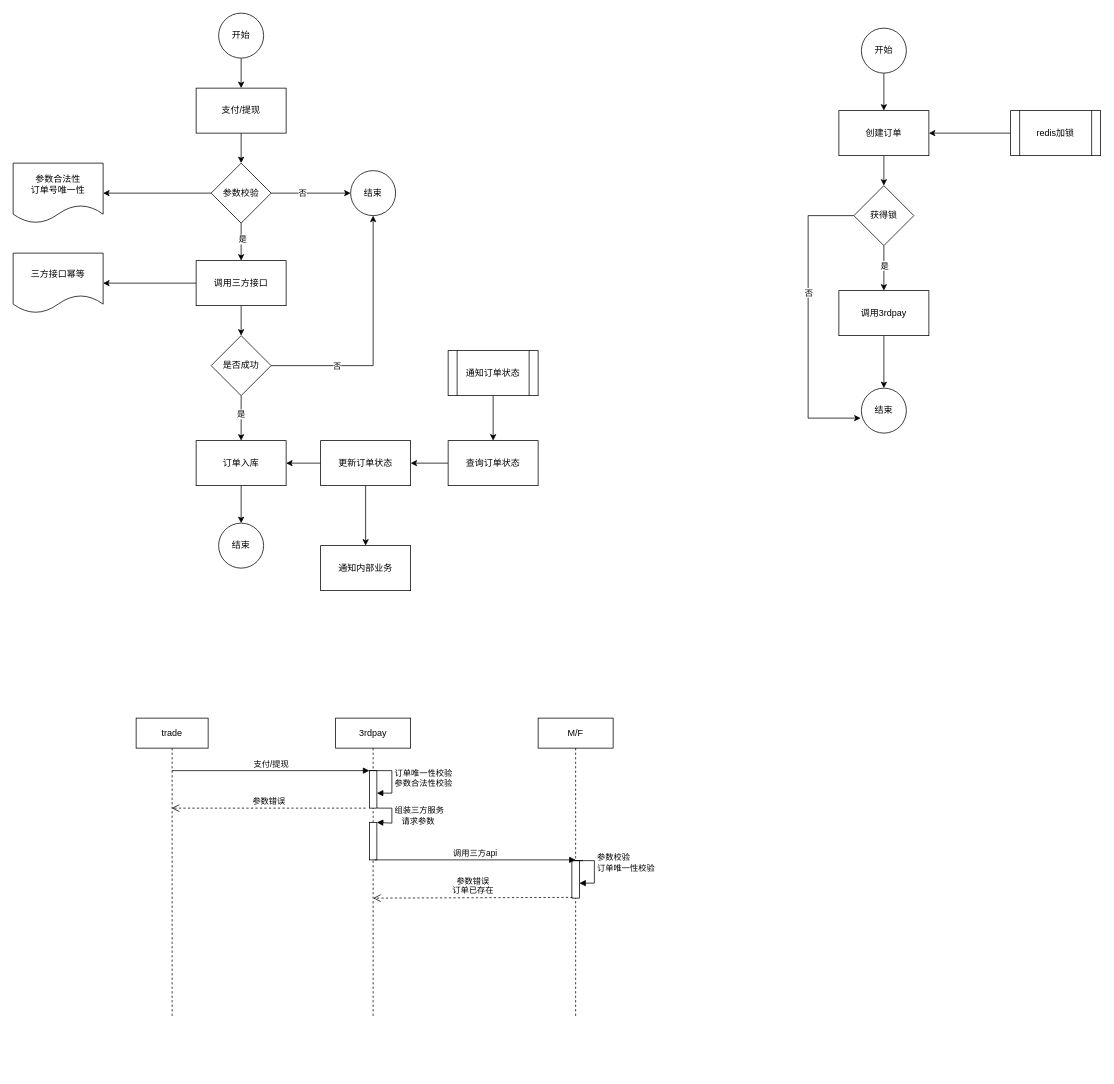
jarcn/pic keeps this draw.io diagram as page "支付/提现接口幂等方案" (4 of 4) of 支付流程.drawio. Above is the earlier version. Source tidied: cells renumbered, new cells numbered last; positions are measured from the earlier drawing's top-left corner, leaving out a move shared by most shapes. Both pictures are drawn from the tidied source at 75%, with x=0, y=0 at pixel (13, 13).
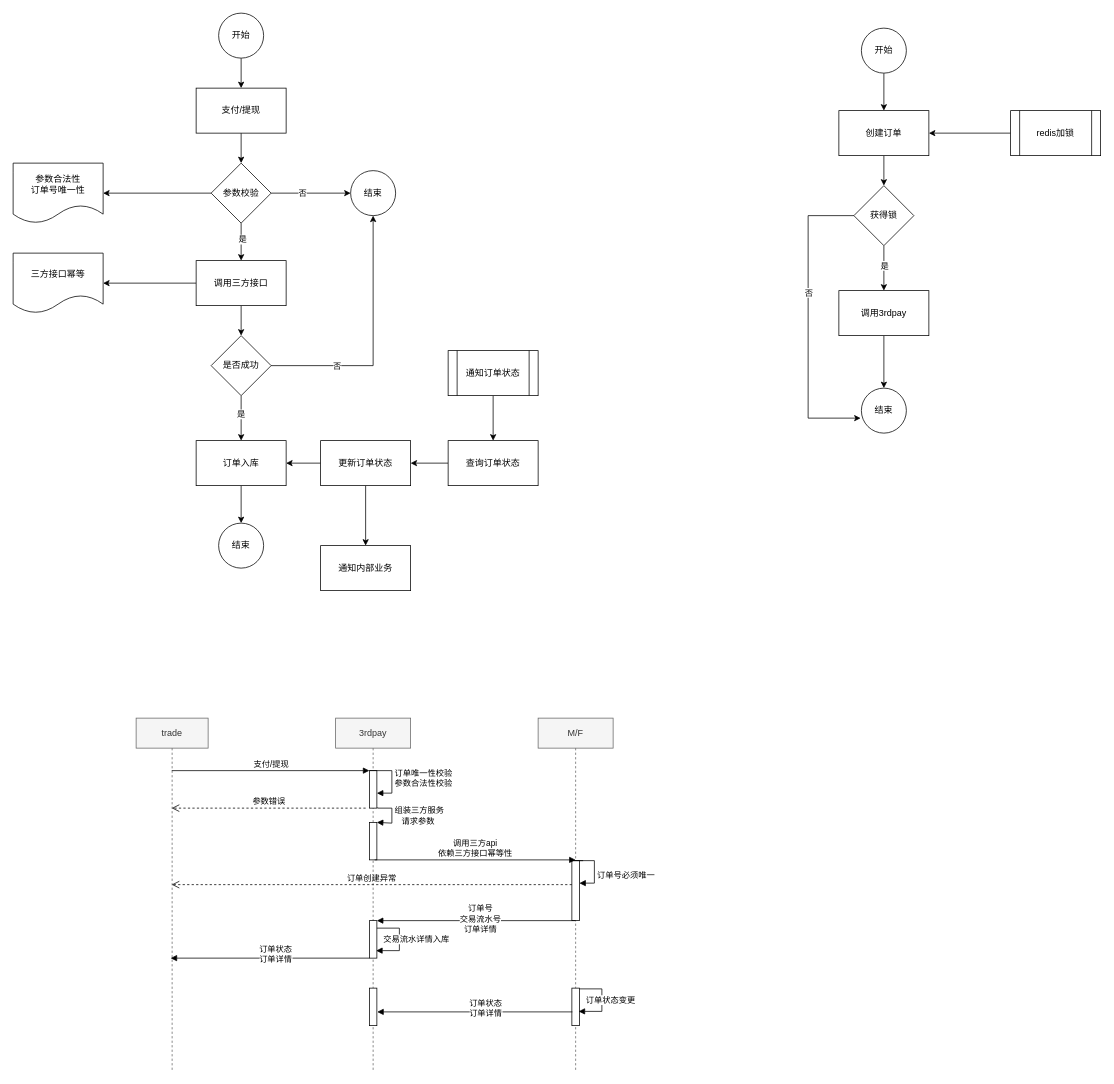
After the change.

Diff of the diagram source:
```diff
@@
-    <mxCell id="48" value="trade" style="shape=umlLifeline;perimeter=lifelinePerimeter;whiteSpace=wrap;html=1;outlineConnect=0;" parent="1" vertex="1">
-      <mxGeometry x="164" y="940" width="96" height="400" as="geometry" />
+    <mxCell id="48" value="trade" style="shape=umlLifeline;perimeter=lifelinePerimeter;whiteSpace=wrap;html=1;outlineConnect=0;fillColor=#f5f5f5;strokeColor=#666666;fontColor=#333333;" parent="1" vertex="1">
+      <mxGeometry x="164" y="940" width="96" height="470" as="geometry" />
     </mxCell>
+    <mxCell id="61" value="&lt;div&gt;订单状态&lt;/div&gt;&lt;div&gt;订单详情&lt;br&gt;&lt;/div&gt;" style="html=1;verticalAlign=bottom;endArrow=block;rounded=0;" parent="48" edge="1">
+      <mxGeometry x="-0.06" y="10" relative="1" as="geometry">
+        <mxPoint x="311" y="320" as="sourcePoint" />
+        <mxPoint x="46" y="320" as="targetPoint" />
+      </mxGeometry>
+    </mxCell>
-    <mxCell id="49" value="3rdpay" style="shape=umlLifeline;perimeter=lifelinePerimeter;whiteSpace=wrap;html=1;" parent="1" vertex="1">
-      <mxGeometry x="430" y="940" width="100" height="400" as="geometry" />
+    <mxCell id="49" value="3rdpay" style="shape=umlLifeline;perimeter=lifelinePerimeter;whiteSpace=wrap;html=1;fillColor=#f5f5f5;fontColor=#333333;strokeColor=#666666;" parent="1" vertex="1">
+      <mxGeometry x="430" y="940" width="100" height="470" as="geometry" />
     </mxCell>
@@
+    <mxCell id="62" style="html=1;points=[];perimeter=orthogonalPerimeter;" parent="49" vertex="1">
+      <mxGeometry x="45" y="270" width="10" height="50" as="geometry" />
+    </mxCell>
+    <mxCell id="63" value="交易流水详情入库" style="edgeStyle=orthogonalEdgeStyle;html=1;align=left;spacingLeft=2;endArrow=block;rounded=0;entryX=0.9;entryY=0.8;entryDx=0;entryDy=0;entryPerimeter=0;" parent="49" edge="1" target="62">
+      <mxGeometry x="0.87" y="-15" relative="1" as="geometry">
+        <mxPoint x="55" y="280" as="sourcePoint" />
+        <Array as="points">
+          <mxPoint x="85" y="280" />
+          <mxPoint x="85" y="310" />
+        </Array>
+      </mxGeometry>
+    </mxCell>
+    <mxCell id="64" style="html=1;perimeter=orthogonalPerimeter;" parent="49" vertex="1">
+      <mxGeometry x="45" y="360" width="10" height="50" as="geometry" />
+    </mxCell>
-    <mxCell id="54" value="M/F" style="shape=umlLifeline;perimeter=lifelinePerimeter;whiteSpace=wrap;html=1;" parent="1" vertex="1">
-      <mxGeometry x="700" y="940" width="100" height="400" as="geometry" />
+    <mxCell id="54" value="M/F" style="shape=umlLifeline;perimeter=lifelinePerimeter;whiteSpace=wrap;html=1;fillColor=#f5f5f5;fontColor=#333333;strokeColor=#666666;" parent="1" vertex="1">
+      <mxGeometry x="700" y="940" width="100" height="470" as="geometry" />
     </mxCell>
     <mxCell id="55" style="html=1;points=[];perimeter=orthogonalPerimeter;" parent="54" vertex="1">
-      <mxGeometry x="45" y="190" width="10" height="50" as="geometry" />
+      <mxGeometry x="45" y="190" width="10" height="80" as="geometry" />
     </mxCell>
-    <mxCell id="56" value="&lt;div&gt;参数校验&lt;/div&gt;&lt;div&gt;订单唯一性校验&lt;br&gt;&lt;/div&gt;" style="edgeStyle=orthogonalEdgeStyle;html=1;align=left;spacingLeft=2;endArrow=block;rounded=0;" parent="54" edge="1">
-      <mxGeometry relative="1" as="geometry">
+    <mxCell id="56" value="&lt;div&gt;订单号必须唯一&lt;br&gt;&lt;/div&gt;" style="edgeStyle=orthogonalEdgeStyle;html=1;align=left;spacingLeft=2;endArrow=block;rounded=0;" parent="54" edge="1">
+      <mxGeometry x="0.37" relative="1" as="geometry">
         <mxPoint x="60" y="190" as="sourcePoint" />
         <mxPoint x="55" y="220" as="targetPoint" />
         <Array as="points">
           <mxPoint x="45" y="190" />
           <mxPoint x="75" y="190" />
           <mxPoint x="75" y="220" />
           <mxPoint x="55" y="220" />
         </Array>
       </mxGeometry>
     </mxCell>
+    <mxCell id="65" style="html=1;perimeter=orthogonalPerimeter;" parent="54" vertex="1">
+      <mxGeometry x="45" y="360" width="10" height="50" as="geometry" />
+    </mxCell>
@@
-    <mxCell id="59" value="调用三方api" style="html=1;verticalAlign=bottom;endArrow=block;rounded=0;" parent="1" edge="1">
+    <mxCell id="59" value="&lt;div&gt;调用三方api&lt;/div&gt;&lt;div&gt;依赖三方接口幂等性&lt;br&gt;&lt;/div&gt;" style="html=1;verticalAlign=bottom;endArrow=block;rounded=0;" parent="1" edge="1">
       <mxGeometry relative="1" as="geometry">
         <mxPoint x="482" y="1129" as="sourcePoint" />
         <mxPoint x="750" y="1129" as="targetPoint" />
       </mxGeometry>
     </mxCell>
-    <mxCell id="60" value="&lt;div&gt;参数错误&lt;/div&gt;&lt;div&gt;订单已存在&lt;br&gt;&lt;/div&gt;" style="html=1;verticalAlign=bottom;endArrow=open;dashed=1;endSize=8;rounded=0;exitX=0.1;exitY=0.98;exitDx=0;exitDy=0;exitPerimeter=0;" parent="1" edge="1" source="55">
+    <mxCell id="60" value="订单创建异常" style="html=1;verticalAlign=bottom;endArrow=open;dashed=1;endSize=8;rounded=0;exitX=0;exitY=0.65;exitDx=0;exitDy=0;exitPerimeter=0;" parent="1" edge="1">
       <mxGeometry relative="1" as="geometry">
-        <mxPoint x="480" y="1180" as="targetPoint" />
+        <mxPoint x="745" y="1162" as="sourcePoint" />
+        <mxPoint x="211.5" y="1162" as="targetPoint" />
       </mxGeometry>
     </mxCell>
+    <mxCell id="66" value="&lt;div&gt;订单号&lt;/div&gt;&lt;div&gt;交易流水号&lt;/div&gt;&lt;div&gt;订单详情&lt;br&gt;&lt;/div&gt;" style="html=1;verticalAlign=bottom;endArrow=block;rounded=0;" parent="1" edge="1" target="62">
+      <mxGeometry x="-0.04" y="20" relative="1" as="geometry">
+        <mxPoint x="750" y="1210" as="sourcePoint" />
+        <Array as="points">
+          <mxPoint x="620" y="1210" />
+        </Array>
+      </mxGeometry>
+    </mxCell>
+    <mxCell id="67" value="订单状态变更" style="edgeStyle=orthogonalEdgeStyle;html=1;align=left;spacingLeft=2;endArrow=block;rounded=0;entryX=0.9;entryY=0.8;entryDx=0;entryDy=0;entryPerimeter=0;" parent="1" edge="1">
+      <mxGeometry x="0.87" y="-15" relative="1" as="geometry">
+        <mxPoint x="755" y="1301" as="sourcePoint" />
+        <mxPoint x="754" y="1331" as="targetPoint" />
+        <Array as="points">
+          <mxPoint x="785" y="1301" />
+          <mxPoint x="785" y="1331" />
+        </Array>
+      </mxGeometry>
+    </mxCell>
+    <mxCell id="68" value="&lt;div&gt;订单状态&lt;/div&gt;&lt;div&gt;订单详情&lt;br&gt;&lt;/div&gt;" style="html=1;verticalAlign=bottom;endArrow=block;rounded=0;entryX=1.049;entryY=0.594;entryDx=0;entryDy=0;entryPerimeter=0;exitX=0.074;exitY=0.594;exitDx=0;exitDy=0;exitPerimeter=0;" parent="1" edge="1">
+      <mxGeometry x="-0.11" y="10" relative="1" as="geometry">
+        <mxPoint x="745.7" y="1331.7" as="sourcePoint" />
+        <mxPoint x="485.5" y="1331.7" as="targetPoint" />
+      </mxGeometry>
+    </mxCell>
```
